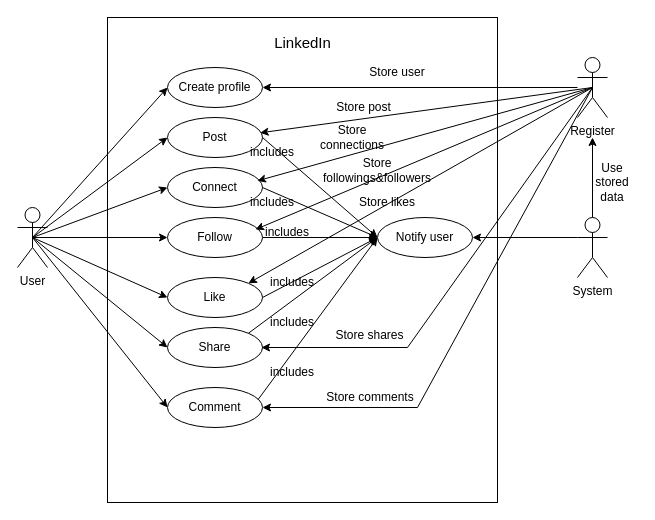
The draw.io diagram Assignments/A2/LinkedInUseCase.drawio in sunys1/Object-Oriented-Design, before the edit. Source tidied: cells renumbered, new cells numbered last; positions are measured from the earlier drawing's top-left corner, leaving out a move shared by most shapes. Both pictures are drawn from the tidied source at 100%, with x=0, y=0 at pixel (17, 17).
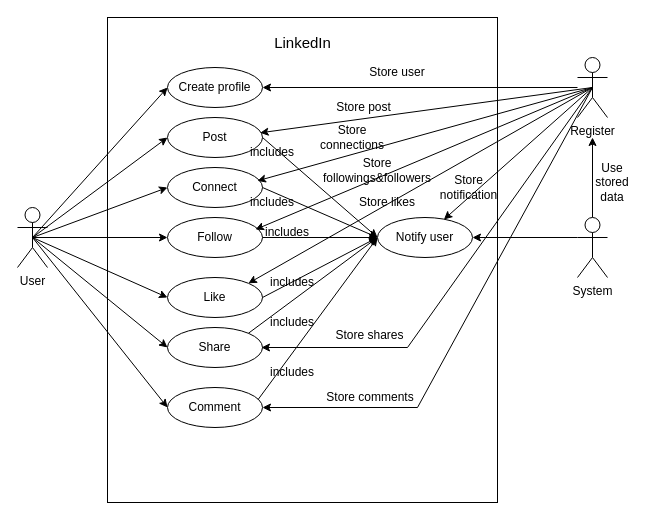
The same diagram, later.

Commit message (it also covers changes not shown here):
Added association for Register

Unchanged cells that the change refers to:
```xml
<mxCell id="14" value="Notify user" style="ellipse;whiteSpace=wrap;html=1;" parent="1" vertex="1">
  <mxGeometry x="360" y="200" width="95" height="40" as="geometry" />
</mxCell>
<mxCell id="36" value="Register" style="shape=umlActor;verticalLabelPosition=bottom;verticalAlign=top;html=1;outlineConnect=0;" parent="1" vertex="1">
  <mxGeometry x="560" y="40" width="30" height="60" as="geometry" />
</mxCell>
```

Diff of the diagram source:
```diff
@@
+    <mxCell id="51" style="endArrow=classic;html=1;rounded=0;exitX=0.5;exitY=0.5;exitDx=0;exitDy=0;exitPerimeter=0;entryX=0.699;entryY=0.05;entryDx=0;entryDy=0;entryPerimeter=0;" parent="1" edge="1" source="36" target="14">
+      <mxGeometry relative="1" as="geometry" />
+    </mxCell>
+    <mxCell id="52" value="Store notification" style="text;html=1;align=center;verticalAlign=middle;whiteSpace=wrap;rounded=0;" parent="1" vertex="1">
+      <mxGeometry x="423" y="160" width="57" height="20" as="geometry" />
+    </mxCell>
```
